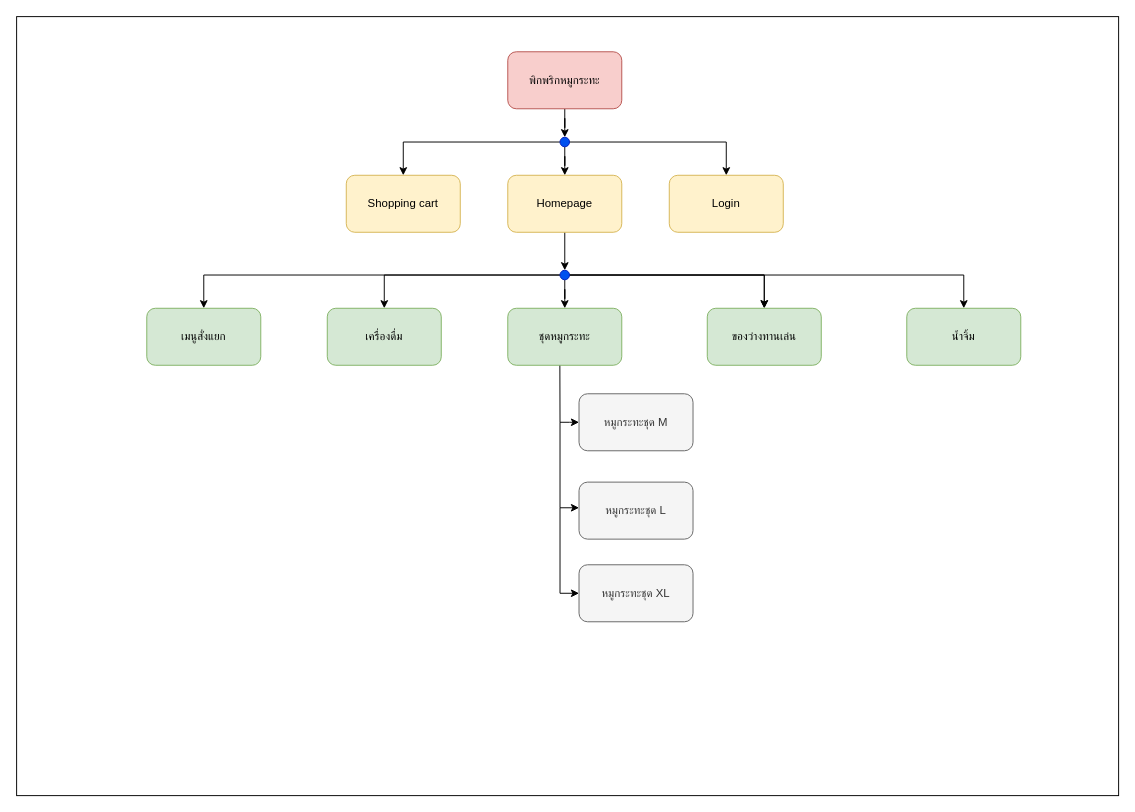
DOSTxH/IT-Assignment keeps this draw.io diagram as Last Project.drawio. Above is the earlier version. Source tidied: cells renumbered, new cells numbered last; positions are measured from the earlier drawing's top-left corner, leaving out a move shared by most shapes. Both pictures are drawn from the tidied source at 95%, with x=0, y=0 at pixel (16, 16).
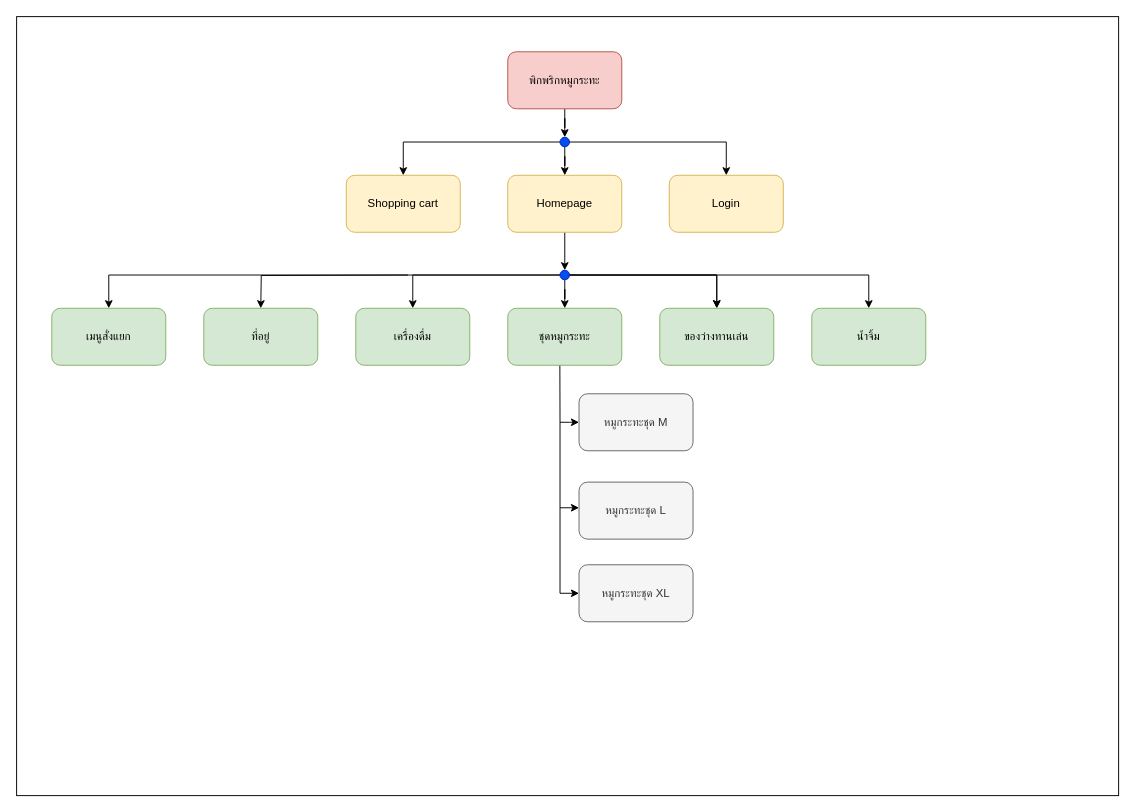
After the change.

The edit, as a diff of the source:
```diff
@@
     <mxCell id="13" value="ของว่างทานเล่น" style="whiteSpace=wrap;html=1;fillColor=#d5e8d4;strokeColor=#82b366;rounded=1;" parent="1" vertex="1">
-      <mxGeometry x="727" y="307" width="120" height="60" as="geometry" />
+      <mxGeometry x="677" y="307" width="120" height="60" as="geometry" />
     </mxCell>
     <mxCell id="14" value="น้ำจิ้ม" style="whiteSpace=wrap;html=1;fillColor=#d5e8d4;strokeColor=#82b366;rounded=1;" parent="1" vertex="1">
-      <mxGeometry x="937" y="307" width="120" height="60" as="geometry" />
+      <mxGeometry x="837" y="307" width="120" height="60" as="geometry" />
     </mxCell>
     <mxCell id="15" value="เครื่องดื่ม" style="whiteSpace=wrap;html=1;fillColor=#d5e8d4;strokeColor=#82b366;rounded=1;" parent="1" vertex="1">
-      <mxGeometry x="327" y="307" width="120" height="60" as="geometry" />
+      <mxGeometry x="357" y="307" width="120" height="60" as="geometry" />
     </mxCell>
     <mxCell id="16" value="เมนูสั่งแยก" style="whiteSpace=wrap;html=1;fillColor=#d5e8d4;strokeColor=#82b366;rounded=1;" parent="1" vertex="1">
-      <mxGeometry x="137" y="307" width="120" height="60" as="geometry" />
+      <mxGeometry x="37" y="307" width="120" height="60" as="geometry" />
     </mxCell>
@@
+    <mxCell id="31" value="ที่อยู่" style="whiteSpace=wrap;html=1;fillColor=#d5e8d4;strokeColor=#82b366;rounded=1;" parent="1" vertex="1">
+      <mxGeometry x="197" y="307" width="120" height="60" as="geometry" />
+    </mxCell>
+    <mxCell id="32" style="edgeStyle=orthogonalEdgeStyle;rounded=0;orthogonalLoop=1;jettySize=auto;html=1;entryX=0.5;entryY=0;entryDx=0;entryDy=0;" parent="1" edge="1">
+      <mxGeometry relative="1" as="geometry">
+        <mxPoint x="412" y="272" as="sourcePoint" />
+        <mxPoint x="257" y="307" as="targetPoint" />
+      </mxGeometry>
+    </mxCell>
```
